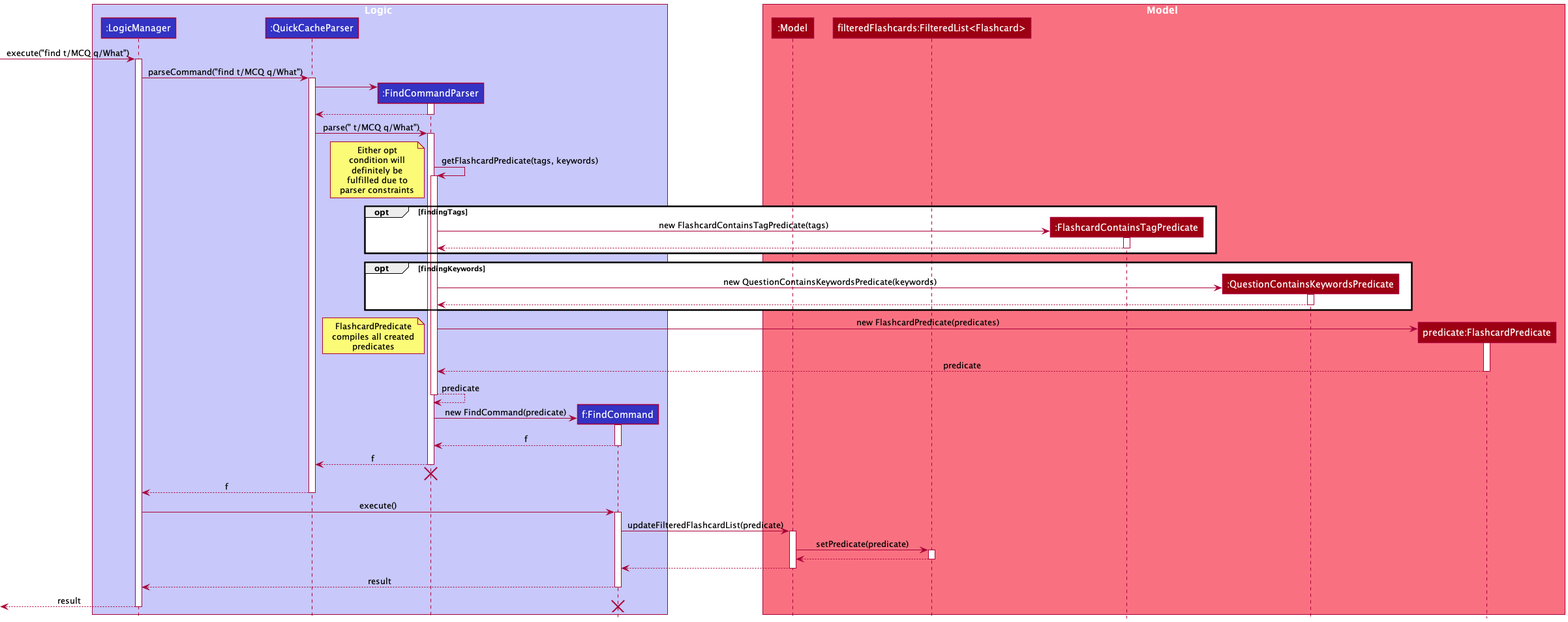
nus-cs2103-AY2021S1/tp keeps this PlantUML diagram as docs/images/FindSequenceDiagram.png. Above is the earlier version.
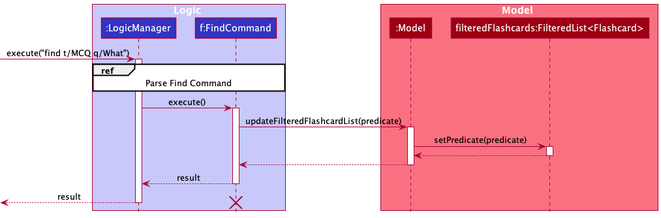
The same diagram one commit later.

Commit message:
Update FindCommand Sequence Diagram

Change to the diagram source:
```diff
@@ -3,93 +3,18 @@
 
 box Logic LOGIC_COLOR_T1
 participant ":LogicManager" as LogicManager LOGIC_COLOR
-participant ":QuickCacheParser" as QuickCacheParser LOGIC_COLOR
-participant ":FindCommandParser" as FindCommandParser LOGIC_COLOR
 participant "f:FindCommand" as FindCommand LOGIC_COLOR
 end box
 
 box Model MODEL_COLOR_T1
 participant ":Model" as Model MODEL_COLOR
 participant "filteredFlashcards:FilteredList<Flashcard>" as FilteredList MODEL_COLOR
-participant ":FlashcardContainsTagPredicate" as FlashcardContainsTagPredicate MODEL_COLOR
-participant ":QuestionContainsKeywordsPredicate" as QuestionContainsKeywordsPredicate MODEL_COLOR
-participant "predicate:FlashcardPredicate" as FlashcardPredicate MODEL_COLOR
 end box
 
 [-> LogicManager : execute("find t/MCQ q/What")
 activate LogicManager
 
-LogicManager -> QuickCacheParser : parseCommand("find t/MCQ q/What")
-activate QuickCacheParser
-
-create FindCommandParser
-QuickCacheParser -> FindCommandParser
-activate FindCommandParser
-
-FindCommandParser --> QuickCacheParser
-deactivate FindCommandParser
-
-QuickCacheParser -> FindCommandParser : parse(" t/MCQ q/What")
-activate FindCommandParser
-
-FindCommandParser -> FindCommandParser : getFlashcardPredicate(tags, keywords)
-note left
-Either opt
-condition will
-definitely be
-fulfilled due to
-parser constraints
-end note
-activate FindCommandParser
-
-opt findingTags
-    create FlashcardContainsTagPredicate
-    FindCommandParser -> FlashcardContainsTagPredicate : new FlashcardContainsTagPredicate(tags)
-    activate FlashcardContainsTagPredicate
-
-    FlashcardContainsTagPredicate --> FindCommandParser
-    deactivate FlashcardContainsTagPredicate
-end opt
-
-opt findingKeywords
-    create QuestionContainsKeywordsPredicate
-    FindCommandParser -> QuestionContainsKeywordsPredicate : new QuestionContainsKeywordsPredicate(keywords)
-    activate QuestionContainsKeywordsPredicate
-
-    QuestionContainsKeywordsPredicate --> FindCommandParser
-    deactivate QuestionContainsKeywordsPredicate
-end opt
-
-create FlashcardPredicate
-FindCommandParser -> FlashcardPredicate : new FlashcardPredicate(predicates)
-note left
-FlashcardPredicate
-compiles all created
-predicates
-end note
-activate FlashcardPredicate
-
-FlashcardPredicate --> FindCommandParser : predicate
-deactivate FlashcardPredicate
-
-FindCommandParser --> FindCommandParser : predicate
-deactivate FindCommandParser
-
-create FindCommand
-FindCommandParser -> FindCommand : new FindCommand(predicate)
-activate FindCommand
-
-FindCommand --> FindCommandParser : f
-deactivate FindCommand
-
-FindCommandParser --> QuickCacheParser: f
-deactivate FindCommandParser
-
-FindCommandParser -[hidden]-> QuickCacheParser
-destroy FindCommandParser
-
-QuickCacheParser --> LogicManager : f
-deactivate QuickCacheParser
+ref over LogicManager, FindCommand : Parse Find Command
 
 LogicManager -> FindCommand : execute()
 activate FindCommand
```
